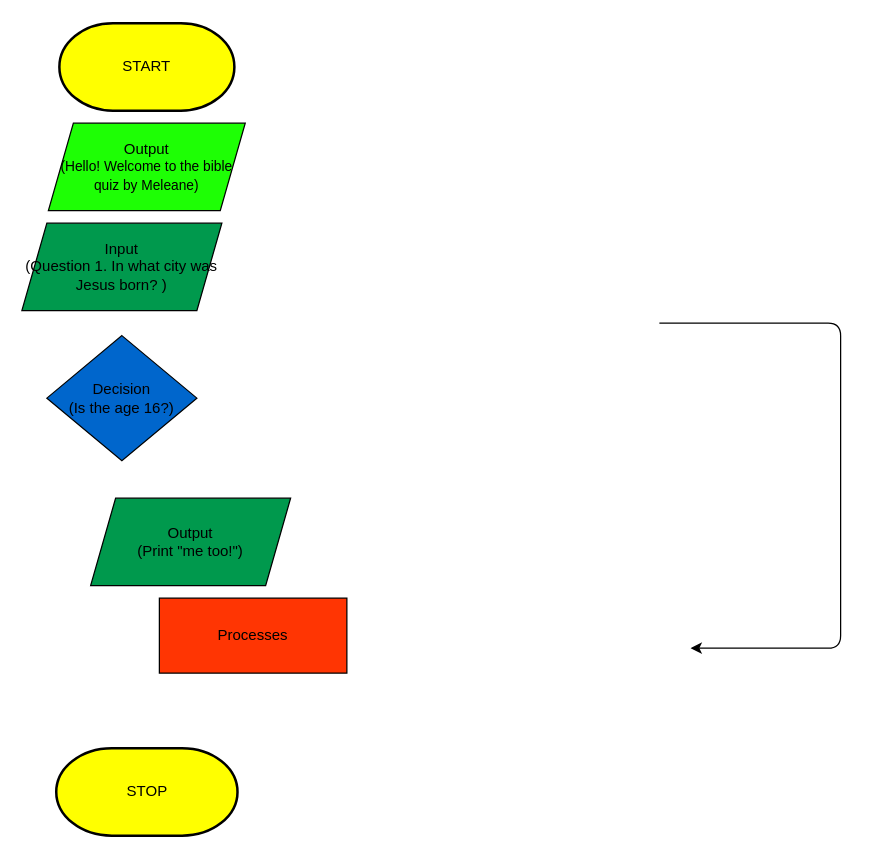
Earlier version of the draw.io diagram flowchart.drawio (ASDAH-Digtal/level-1-python-quiz-meleane-m-t). Source tidied: cells renumbered, new cells numbered last; positions are measured from the earlier drawing's top-left corner, leaving out a move shared by most shapes. Both pictures are drawn from the tidied source at 125%, with x=0, y=0 at pixel (21, 22).
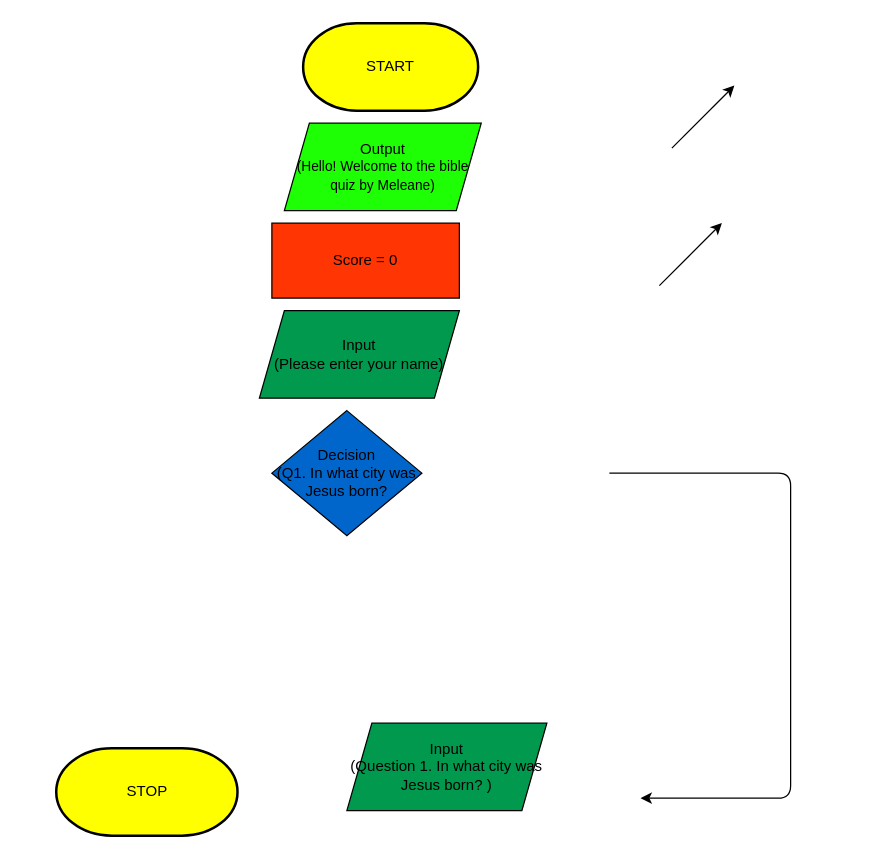
The same page after the edit.

Commit message:
planning my flowchart

Diff of the diagram source:
```diff
@@
 <mxGraphModel>
   <root>
     <mxCell id="0" />
     <mxCell id="1" parent="0" />
     <mxCell id="2" value="Output&lt;br&gt;&lt;font style=&quot;font-size: 11px&quot;&gt;(Hello! Welcome to the bible quiz by Meleane)&lt;/font&gt;" style="shape=parallelogram;perimeter=parallelogramPerimeter;whiteSpace=wrap;html=1;fixedSize=1;fillColor=#1EFF05;" parent="1" vertex="1">
-      <mxGeometry x="21.2" y="80" width="157.5" height="70" as="geometry" />
+      <mxGeometry x="210" y="80" width="157.5" height="70" as="geometry" />
     </mxCell>
-    <mxCell id="3" value="Processes" style="rounded=0;whiteSpace=wrap;html=1;fillColor=#FF3503;" parent="1" vertex="1">
-      <mxGeometry x="110" y="460" width="150" height="60" as="geometry" />
+    <mxCell id="3" value="Score = 0" style="rounded=0;whiteSpace=wrap;html=1;fillColor=#FF3503;" parent="1" vertex="1">
+      <mxGeometry x="200" y="160" width="150" height="60" as="geometry" />
     </mxCell>
     <mxCell id="4" style="endArrow=classic;html=1;endFill=1;" parent="1" edge="1">
       <mxGeometry relative="1" as="geometry">
-        <mxPoint x="510" y="240" as="sourcePoint" />
-        <mxPoint x="535" y="500" as="targetPoint" />
+        <mxPoint x="470" y="360" as="sourcePoint" />
+        <mxPoint x="495" y="620" as="targetPoint" />
         <Array as="points">
-          <mxPoint x="527" y="240" />
-          <mxPoint x="655" y="240" />
-          <mxPoint x="655" y="500" />
+          <mxPoint x="487" y="360" />
+          <mxPoint x="615" y="360" />
+          <mxPoint x="615" y="620" />
         </Array>
       </mxGeometry>
     </mxCell>
-    <mxCell id="5" value="Decision&lt;br&gt;(Is the age 16?)" style="rhombus;whiteSpace=wrap;html=1;fillColor=#0066CC;" parent="1" vertex="1">
-      <mxGeometry x="20" y="250" width="120" height="100" as="geometry" />
+    <mxCell id="5" value="Decision&lt;br&gt;(Q1. In what city was Jesus born?" style="rhombus;whiteSpace=wrap;html=1;fillColor=#0066CC;" parent="1" vertex="1">
+      <mxGeometry x="200" y="310" width="120" height="100" as="geometry" />
     </mxCell>
     <mxCell id="6" value="START" style="strokeWidth=2;html=1;shape=mxgraph.flowchart.terminator;whiteSpace=wrap;fillColor=#FFFF00;" parent="1" vertex="1">
-      <mxGeometry x="30" width="140" height="70" as="geometry" />
+      <mxGeometry x="225" width="140" height="70" as="geometry" />
     </mxCell>
     <mxCell id="7" value="STOP" style="strokeWidth=2;html=1;shape=mxgraph.flowchart.terminator;whiteSpace=wrap;fillColor=#FFFF00;" parent="1" vertex="1">
       <mxGeometry x="27.5" y="580" width="145" height="70" as="geometry" />
     </mxCell>
     <mxCell id="8" value="Input&lt;br&gt;(Question 1. In what city was Jesus born? )" style="shape=parallelogram;perimeter=parallelogramPerimeter;whiteSpace=wrap;html=1;fixedSize=1;fillColor=#00994D;" parent="1" vertex="1">
-      <mxGeometry y="160" width="160" height="70" as="geometry" />
+      <mxGeometry x="260" y="560" width="160" height="70" as="geometry" />
     </mxCell>
-    <mxCell id="9" value="Output&lt;br&gt;(Print &quot;me too!&quot;)" style="shape=parallelogram;perimeter=parallelogramPerimeter;whiteSpace=wrap;html=1;fixedSize=1;fillColor=#00994D;" parent="1" vertex="1">
-      <mxGeometry x="55" y="380" width="160" height="70" as="geometry" />
+    <mxCell id="9" value="Input&lt;br&gt;(Please enter your name)" style="shape=parallelogram;perimeter=parallelogramPerimeter;whiteSpace=wrap;html=1;fixedSize=1;fillColor=#00994D;" parent="1" vertex="1">
+      <mxGeometry x="190" y="230" width="160" height="70" as="geometry" />
     </mxCell>
+    <mxCell id="10" style="endArrow=classic;html=1;" parent="1" edge="1">
+      <mxGeometry relative="1" as="geometry">
+        <mxPoint x="510" y="210" as="sourcePoint" />
+        <mxPoint x="560" y="160" as="targetPoint" />
+        <Array as="points">
+          <mxPoint x="540" y="180" />
+        </Array>
+      </mxGeometry>
+    </mxCell>
+    <mxCell id="11" style="endArrow=classic;html=1;" parent="1" edge="1">
+      <mxGeometry relative="1" as="geometry">
+        <mxPoint x="520" y="100" as="sourcePoint" />
+        <mxPoint x="570" y="50" as="targetPoint" />
+      </mxGeometry>
+    </mxCell>
   </root>
 </mxGraphModel>
```
